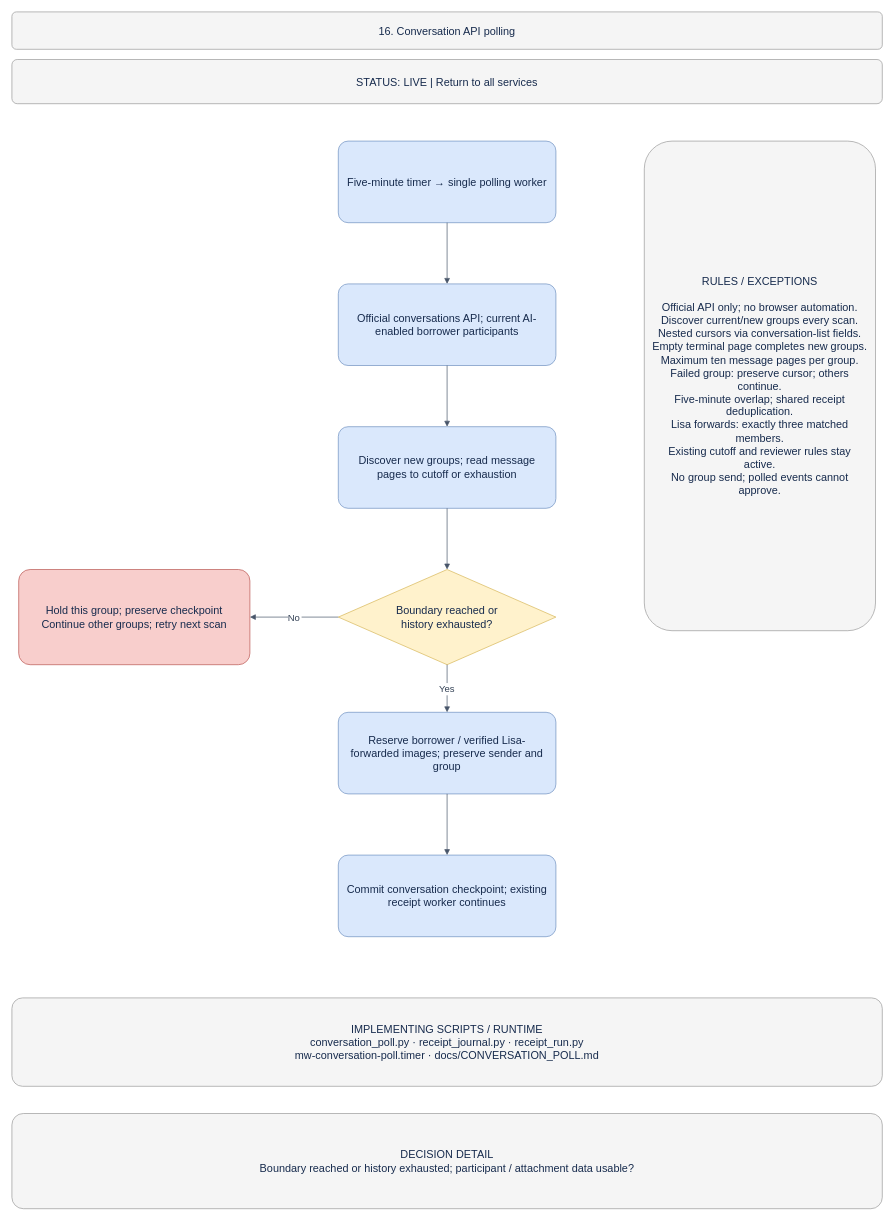
Before: page "16 · Conversation API polling" (16 of 18) of docs/BUSINESS_PROCESS.drawio in welct0407/MW-Credit-App, a draw.io diagram. Source tidied: cells renumbered, new cells numbered last; positions are measured from the earlier drawing's top-left corner, leaving out a move shared by most shapes. Both pictures are drawn from the tidied source at 68%, with x=0, y=0 at pixel (12, 12).
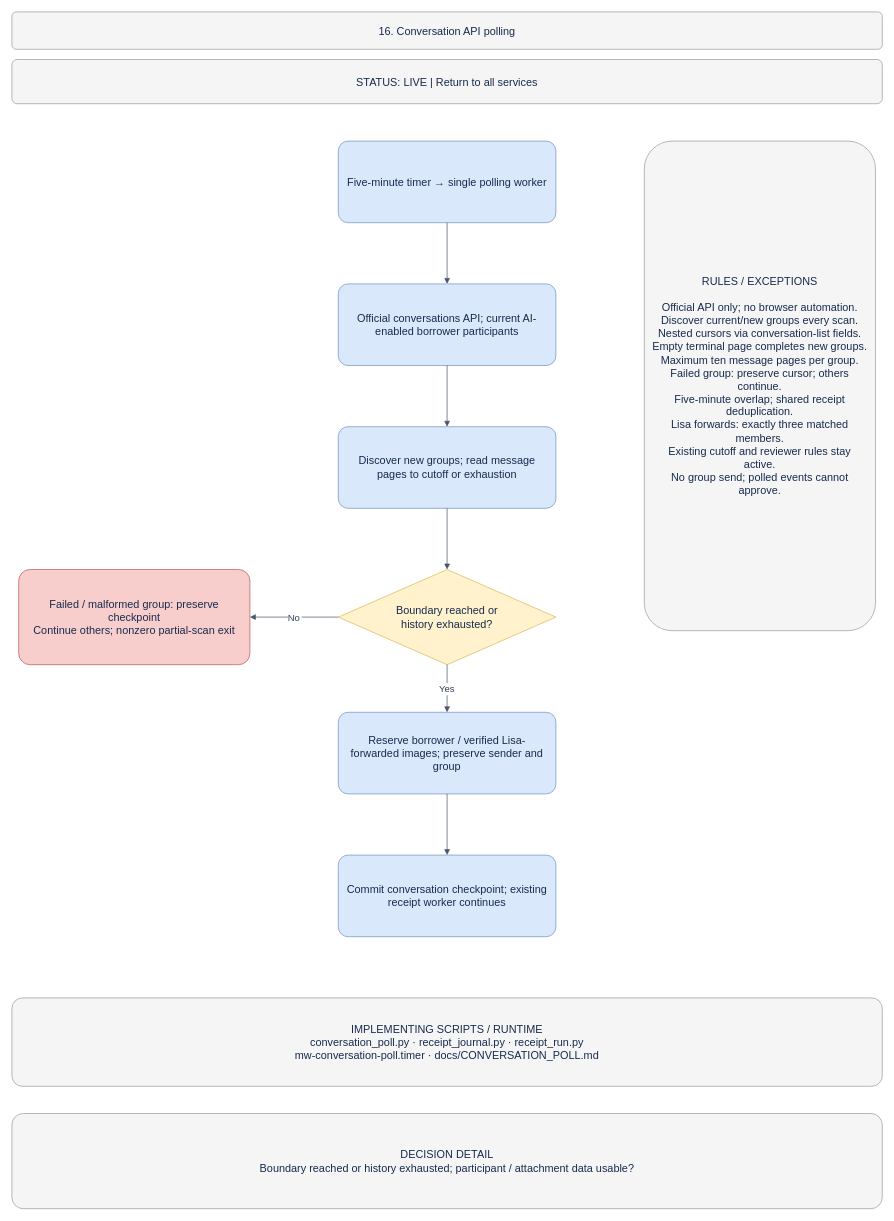
After the change.

Diff of the diagram source:
```diff
@@
 <mxGraphModel>
   <root>
     <mxCell id="0" />
     <mxCell id="1" parent="0" />
     <mxCell id="2" value="16. Conversation API polling" style="rounded=1;arcSize=12;whiteSpace=wrap;html=0;fillColor=#f5f5f5;strokeColor=#999999;fontColor=#172b4d;fontSize=16;align=center;verticalAlign=middle;spacing=12;" parent="1" vertex="1">
       <mxGeometry width="1280" height="55" as="geometry" />
     </mxCell>
     <mxCell id="3" value="STATUS: LIVE  |  Return to all services" style="rounded=1;arcSize=12;whiteSpace=wrap;html=0;fillColor=#f5f5f5;strokeColor=#999999;fontColor=#172b4d;fontSize=16;align=center;verticalAlign=middle;spacing=12;" parent="1" vertex="1">
       <mxGeometry y="70" width="1280" height="65" as="geometry" />
     </mxCell>
     <mxCell id="4" value="Five-minute timer → single polling worker" style="rounded=1;arcSize=12;whiteSpace=wrap;html=0;fillColor=#dae8fc;strokeColor=#6c8ebf;fontColor=#172b4d;fontSize=16;align=center;verticalAlign=middle;spacing=12;" parent="1" vertex="1">
       <mxGeometry x="480" y="190" width="320" height="120" as="geometry" />
     </mxCell>
     <mxCell id="5" value="Official conversations API; current AI-enabled borrower participants" style="rounded=1;arcSize=12;whiteSpace=wrap;html=0;fillColor=#dae8fc;strokeColor=#6c8ebf;fontColor=#172b4d;fontSize=16;align=center;verticalAlign=middle;spacing=12;" parent="1" vertex="1">
       <mxGeometry x="480" y="400" width="320" height="120" as="geometry" />
     </mxCell>
     <mxCell id="6" style="edgeStyle=orthogonalEdgeStyle;rounded=0;jettySize=auto;html=0;endArrow=block;endFill=1;strokeColor=#475569;fontColor=#334155;fontSize=14;labelBackgroundColor=#ffffff;" parent="1" edge="1" source="4" target="5">
       <mxGeometry relative="1" as="geometry" />
     </mxCell>
     <mxCell id="7" value="Discover new groups; read message pages to cutoff or exhaustion" style="rounded=1;arcSize=12;whiteSpace=wrap;html=0;fillColor=#dae8fc;strokeColor=#6c8ebf;fontColor=#172b4d;fontSize=16;align=center;verticalAlign=middle;spacing=12;" parent="1" vertex="1">
       <mxGeometry x="480" y="610" width="320" height="120" as="geometry" />
     </mxCell>
     <mxCell id="8" style="edgeStyle=orthogonalEdgeStyle;rounded=0;jettySize=auto;html=0;endArrow=block;endFill=1;strokeColor=#475569;fontColor=#334155;fontSize=14;labelBackgroundColor=#ffffff;" parent="1" edge="1" source="5" target="7">
       <mxGeometry relative="1" as="geometry" />
     </mxCell>
     <mxCell id="9" value="Boundary reached or&#10;history exhausted?" style="rhombus;whiteSpace=wrap;html=0;fillColor=#fff2cc;strokeColor=#d6b656;fontColor=#172b4d;fontSize=16;align=center;verticalAlign=middle;spacing=12;" parent="1" vertex="1">
       <mxGeometry x="480" y="820" width="320" height="140" as="geometry" />
     </mxCell>
     <mxCell id="10" style="edgeStyle=orthogonalEdgeStyle;rounded=0;jettySize=auto;html=0;endArrow=block;endFill=1;strokeColor=#475569;fontColor=#334155;fontSize=14;labelBackgroundColor=#ffffff;" parent="1" edge="1" source="7" target="9">
       <mxGeometry relative="1" as="geometry" />
     </mxCell>
     <mxCell id="11" value="Reserve borrower / verified Lisa-forwarded images; preserve sender and group" style="rounded=1;arcSize=12;whiteSpace=wrap;html=0;fillColor=#dae8fc;strokeColor=#6c8ebf;fontColor=#172b4d;fontSize=16;align=center;verticalAlign=middle;spacing=12;" parent="1" vertex="1">
       <mxGeometry x="480" y="1030" width="320" height="120" as="geometry" />
     </mxCell>
     <mxCell id="12" value="Yes" style="edgeStyle=orthogonalEdgeStyle;rounded=0;jettySize=auto;html=0;endArrow=block;endFill=1;strokeColor=#475569;fontColor=#334155;fontSize=14;labelBackgroundColor=#ffffff;" parent="1" edge="1" source="9" target="11">
       <mxGeometry relative="1" as="geometry" />
     </mxCell>
     <mxCell id="13" value="Commit conversation checkpoint; existing receipt worker continues" style="rounded=1;arcSize=12;whiteSpace=wrap;html=0;fillColor=#dae8fc;strokeColor=#6c8ebf;fontColor=#172b4d;fontSize=16;align=center;verticalAlign=middle;spacing=12;" parent="1" vertex="1">
       <mxGeometry x="480" y="1240" width="320" height="120" as="geometry" />
     </mxCell>
     <mxCell id="14" style="edgeStyle=orthogonalEdgeStyle;rounded=0;jettySize=auto;html=0;endArrow=block;endFill=1;strokeColor=#475569;fontColor=#334155;fontSize=14;labelBackgroundColor=#ffffff;" parent="1" edge="1" source="11" target="13">
       <mxGeometry relative="1" as="geometry" />
     </mxCell>
-    <mxCell id="15" value="Hold this group; preserve checkpoint&#10;Continue other groups; retry next scan" style="rounded=1;arcSize=12;whiteSpace=wrap;html=0;fillColor=#f8cecc;strokeColor=#b85450;fontColor=#172b4d;fontSize=16;align=center;verticalAlign=middle;spacing=12;" parent="1" vertex="1">
+    <mxCell id="15" value="Failed / malformed group: preserve checkpoint&#10;Continue others; nonzero partial-scan exit" style="rounded=1;arcSize=12;whiteSpace=wrap;html=0;fillColor=#f8cecc;strokeColor=#b85450;fontColor=#172b4d;fontSize=16;align=center;verticalAlign=middle;spacing=12;" parent="1" vertex="1">
       <mxGeometry x="10" y="820" width="340" height="140" as="geometry" />
     </mxCell>
     <mxCell id="16" value="No" style="edgeStyle=orthogonalEdgeStyle;rounded=0;jettySize=auto;html=0;endArrow=block;endFill=1;strokeColor=#475569;fontColor=#334155;fontSize=14;labelBackgroundColor=#ffffff;" parent="1" edge="1" source="9" target="15">
       <mxGeometry relative="1" as="geometry" />
     </mxCell>
     <mxCell id="17" value="RULES / EXCEPTIONS&#10;&#10;Official API only; no browser automation.&#10;Discover current/new groups every scan.&#10;Nested cursors via conversation-list fields.&#10;Empty terminal page completes new groups.&#10;Maximum ten message pages per group.&#10;Failed group: preserve cursor; others continue.&#10;Five-minute overlap; shared receipt deduplication.&#10;Lisa forwards: exactly three matched members.&#10;Existing cutoff and reviewer rules stay active.&#10;No group send; polled events cannot approve." style="rounded=1;arcSize=12;whiteSpace=wrap;html=0;fillColor=#f5f5f5;strokeColor=#999999;fontColor=#172b4d;fontSize=16;align=center;verticalAlign=middle;spacing=12;" parent="1" vertex="1">
       <mxGeometry x="930" y="190" width="340" height="720" as="geometry" />
     </mxCell>
     <mxCell id="18" value="IMPLEMENTING SCRIPTS / RUNTIME&#10;conversation_poll.py · receipt_journal.py · receipt_run.py&#10;mw-conversation-poll.timer · docs/CONVERSATION_POLL.md" style="rounded=1;arcSize=12;whiteSpace=wrap;html=0;fillColor=#f5f5f5;strokeColor=#999999;fontColor=#172b4d;fontSize=16;align=center;verticalAlign=middle;spacing=12;" parent="1" vertex="1">
       <mxGeometry y="1450" width="1280" height="130" as="geometry" />
     </mxCell>
     <mxCell id="19" value="DECISION DETAIL&#10;Boundary reached or history exhausted; participant / attachment data usable?" style="rounded=1;arcSize=12;whiteSpace=wrap;html=0;fillColor=#f5f5f5;strokeColor=#999999;fontColor=#172b4d;fontSize=16;align=center;verticalAlign=middle;spacing=12;" parent="1" vertex="1">
       <mxGeometry y="1620" width="1280" height="140" as="geometry" />
     </mxCell>
   </root>
 </mxGraphModel>
```
